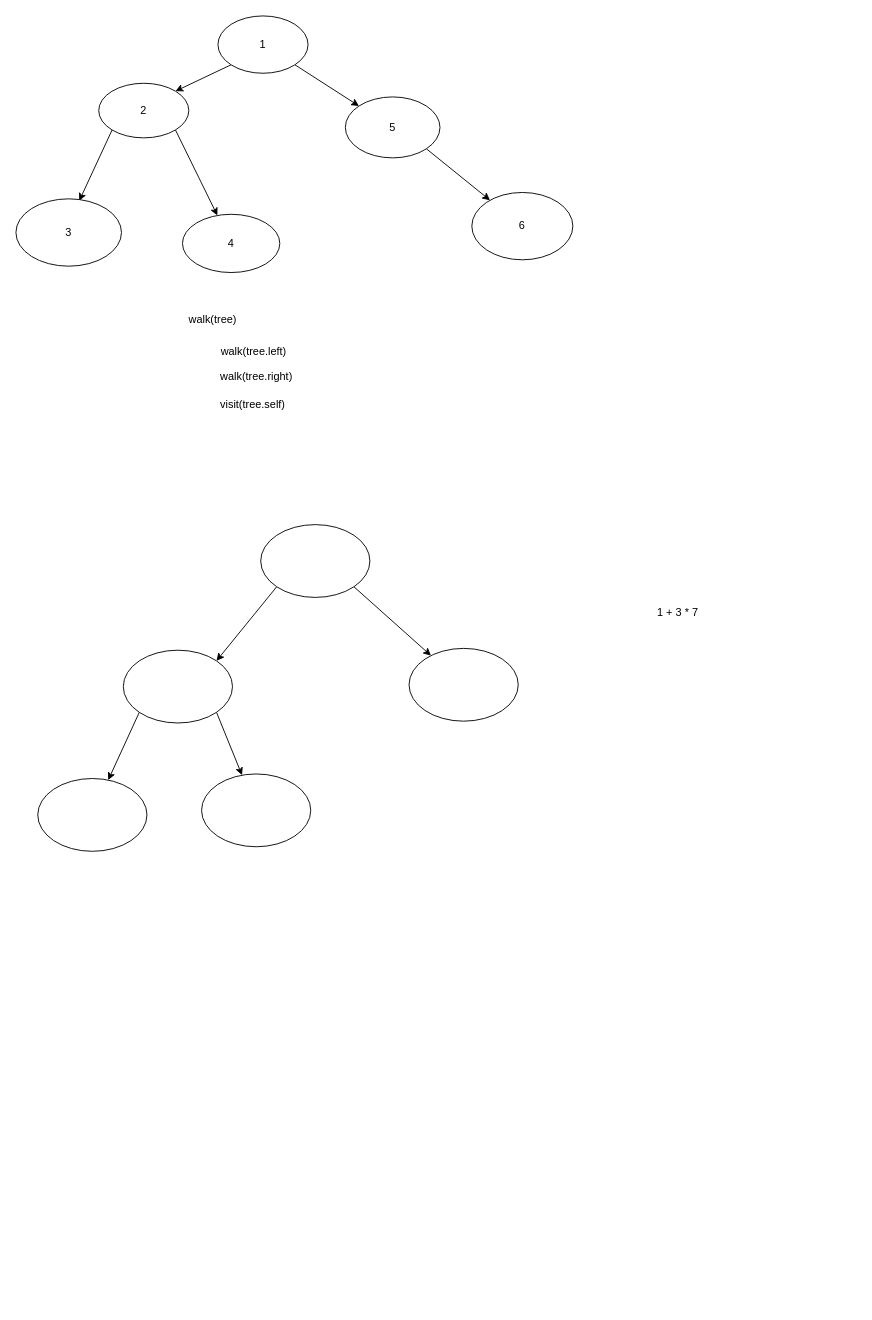
Before: doc/树.dio in RenJiyun/psyduck, a draw.io diagram. Source tidied: cells renumbered, new cells numbered last; positions are measured from the earlier drawing's top-left corner, leaving out a move shared by most shapes. Both pictures are drawn from the tidied source at 91%, with x=0, y=0 at pixel (15, 15).
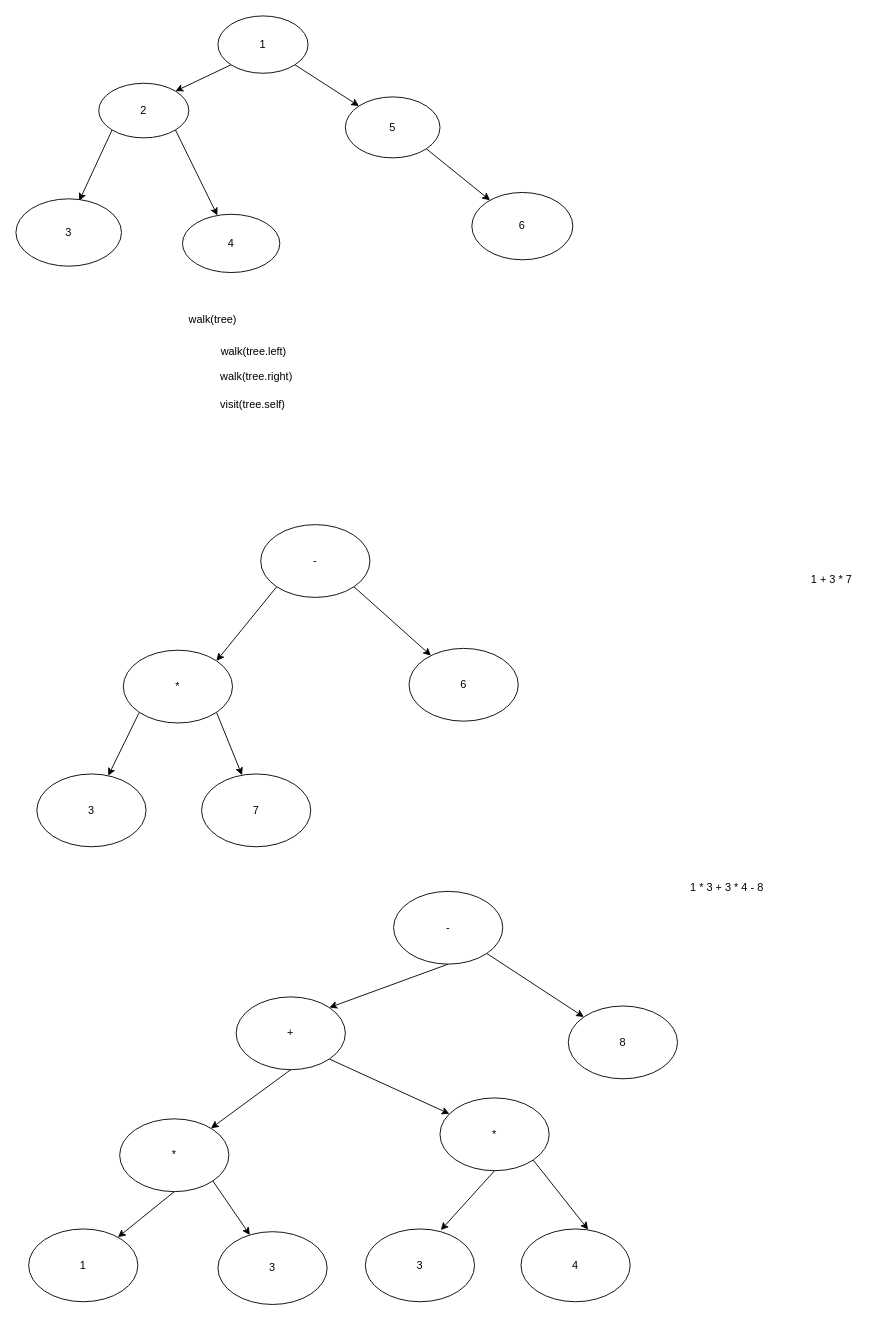
After the change.

Diff of the diagram source:
```diff
@@
-    <mxCell id="15" style="ellipse;whiteSpace=wrap;html=1;" parent="1" vertex="1">
+    <mxCell id="15" value="-" style="ellipse;whiteSpace=wrap;html=1;" parent="1" vertex="1">
       <mxGeometry x="269" y="559" width="120" height="80" as="geometry" />
     </mxCell>
@@
-    <mxCell id="18" style="ellipse;whiteSpace=wrap;html=1;" parent="1" vertex="1">
+    <mxCell id="18" value="*" style="ellipse;whiteSpace=wrap;html=1;" parent="1" vertex="1">
       <mxGeometry x="118" y="697" width="120" height="80" as="geometry" />
     </mxCell>
-    <mxCell id="19" style="ellipse;whiteSpace=wrap;html=1;" parent="1" vertex="1">
+    <mxCell id="19" value="6" style="ellipse;whiteSpace=wrap;html=1;" parent="1" vertex="1">
       <mxGeometry x="432" y="695" width="120" height="80" as="geometry" />
     </mxCell>
-    <mxCell id="20" style="ellipse;whiteSpace=wrap;html=1;" parent="1" vertex="1">
-      <mxGeometry x="24" y="838" width="120" height="80" as="geometry" />
+    <mxCell id="20" value="3" style="ellipse;whiteSpace=wrap;html=1;" parent="1" vertex="1">
+      <mxGeometry x="23" y="833" width="120" height="80" as="geometry" />
     </mxCell>
-    <mxCell id="21" style="ellipse;whiteSpace=wrap;html=1;" parent="1" vertex="1">
+    <mxCell id="21" value="7" style="ellipse;whiteSpace=wrap;html=1;" parent="1" vertex="1">
       <mxGeometry x="204" y="833" width="120" height="80" as="geometry" />
     </mxCell>
     <mxCell id="22" value="1 + 3 * 7" style="text;html=1;align=center;verticalAlign=middle;" parent="1" vertex="1">
-      <mxGeometry x="700" y="647" width="54" height="18" as="geometry" />
+      <mxGeometry x="869" y="611" width="54" height="18" as="geometry" />
     </mxCell>
@@
+    <mxCell id="27" value="1 * 3 + 3 * 4 - 8" style="text;html=1;align=center;verticalAlign=middle;" parent="1" vertex="1">
+      <mxGeometry x="736" y="949" width="90" height="18" as="geometry" />
+    </mxCell>
+    <mxCell id="28" value="1" style="ellipse;whiteSpace=wrap;html=1;" parent="1" vertex="1">
+      <mxGeometry x="14" y="1333" width="120" height="80" as="geometry" />
+    </mxCell>
+    <mxCell id="29" value="3&lt;br&gt;" style="ellipse;whiteSpace=wrap;html=1;" parent="1" vertex="1">
+      <mxGeometry x="222" y="1336" width="120" height="80" as="geometry" />
+    </mxCell>
+    <mxCell id="30" style="rounded=0;jettySize=auto;html=1;exitX=0.5;exitY=1;exitDx=0;exitDy=0;" parent="1" edge="1" source="32" target="28">
+      <mxGeometry relative="1" as="geometry" />
+    </mxCell>
+    <mxCell id="31" style="edgeStyle=none;rounded=0;jettySize=auto;html=1;exitX=1;exitY=1;exitDx=0;exitDy=0;" parent="1" edge="1" source="32" target="29">
+      <mxGeometry relative="1" as="geometry" />
+    </mxCell>
+    <mxCell id="32" value="*" style="ellipse;whiteSpace=wrap;html=1;" parent="1" vertex="1">
+      <mxGeometry x="114" y="1212" width="120" height="80" as="geometry" />
+    </mxCell>
+    <mxCell id="33" value="3&lt;br&gt;" style="ellipse;whiteSpace=wrap;html=1;" parent="1" vertex="1">
+      <mxGeometry x="384" y="1333" width="120" height="80" as="geometry" />
+    </mxCell>
+    <mxCell id="34" value="4" style="ellipse;whiteSpace=wrap;html=1;" parent="1" vertex="1">
+      <mxGeometry x="555" y="1333" width="120" height="80" as="geometry" />
+    </mxCell>
+    <mxCell id="35" style="edgeStyle=none;rounded=0;jettySize=auto;html=1;exitX=0.5;exitY=1;exitDx=0;exitDy=0;entryX=0.691;entryY=0.016;entryDx=0;entryDy=0;entryPerimeter=0;" parent="1" edge="1" source="37" target="33">
+      <mxGeometry relative="1" as="geometry" />
+    </mxCell>
+    <mxCell id="36" style="edgeStyle=none;rounded=0;jettySize=auto;html=1;exitX=1;exitY=1;exitDx=0;exitDy=0;entryX=0.615;entryY=0.008;entryDx=0;entryDy=0;entryPerimeter=0;" parent="1" edge="1" source="37" target="34">
+      <mxGeometry relative="1" as="geometry" />
+    </mxCell>
+    <mxCell id="37" value="*" style="ellipse;whiteSpace=wrap;html=1;" parent="1" vertex="1">
+      <mxGeometry x="466" y="1189" width="120" height="80" as="geometry" />
+    </mxCell>
+    <mxCell id="38" style="edgeStyle=none;rounded=0;jettySize=auto;html=1;exitX=0.5;exitY=1;exitDx=0;exitDy=0;" parent="1" edge="1" source="40" target="32">
+      <mxGeometry relative="1" as="geometry" />
+    </mxCell>
+    <mxCell id="39" style="edgeStyle=none;rounded=0;jettySize=auto;html=1;exitX=1;exitY=1;exitDx=0;exitDy=0;" parent="1" edge="1" source="40" target="37">
+      <mxGeometry relative="1" as="geometry" />
+    </mxCell>
+    <mxCell id="40" value="+" style="ellipse;whiteSpace=wrap;html=1;" parent="1" vertex="1">
+      <mxGeometry x="242" y="1078" width="120" height="80" as="geometry" />
+    </mxCell>
+    <mxCell id="41" value="8" style="ellipse;whiteSpace=wrap;html=1;" parent="1" vertex="1">
+      <mxGeometry x="607" y="1088" width="120" height="80" as="geometry" />
+    </mxCell>
+    <mxCell id="42" style="edgeStyle=none;rounded=0;jettySize=auto;html=1;exitX=0.5;exitY=1;exitDx=0;exitDy=0;entryX=1;entryY=0;entryDx=0;entryDy=0;" parent="1" edge="1" source="44" target="40">
+      <mxGeometry relative="1" as="geometry" />
+    </mxCell>
+    <mxCell id="43" style="edgeStyle=none;rounded=0;jettySize=auto;html=1;exitX=1;exitY=1;exitDx=0;exitDy=0;" parent="1" edge="1" source="44" target="41">
+      <mxGeometry relative="1" as="geometry" />
+    </mxCell>
+    <mxCell id="44" value="-" style="ellipse;whiteSpace=wrap;html=1;" parent="1" vertex="1">
+      <mxGeometry x="415" y="962" width="120" height="80" as="geometry" />
+    </mxCell>
```
